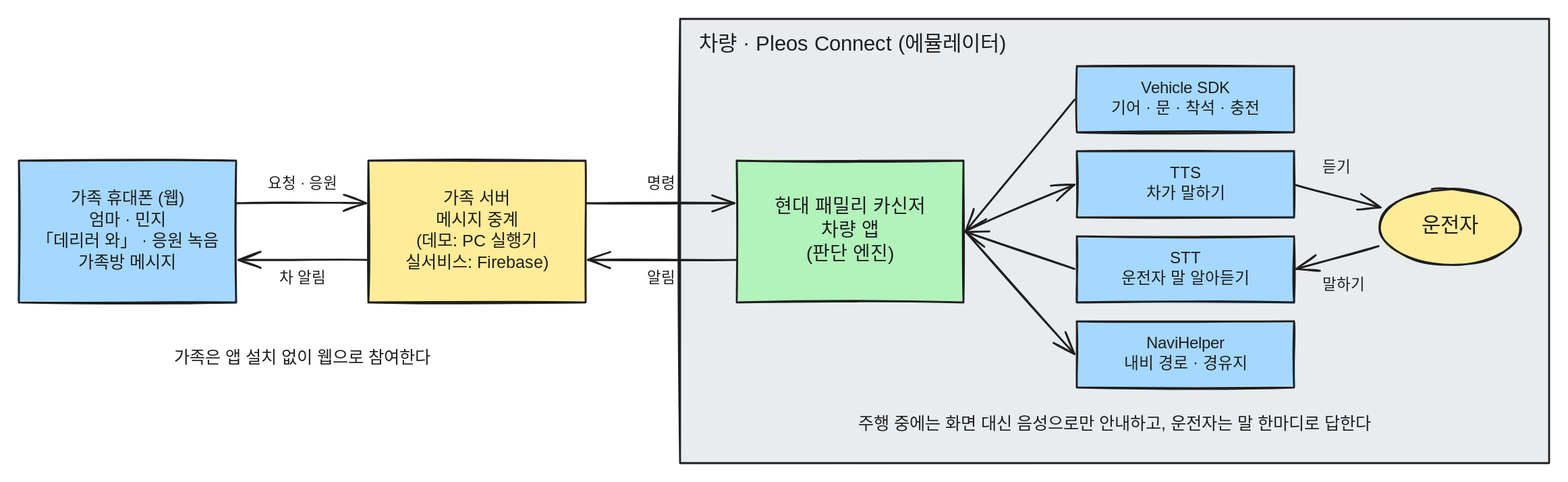
Earlier version of the Excalidraw export docs/diagrams/01_system.svg (amecoder/hyundai-family-carsenger). Source tidied: one line per element, renumbered; positions are measured from the earlier drawing's top-left corner, leaving out a move shared by most shapes.
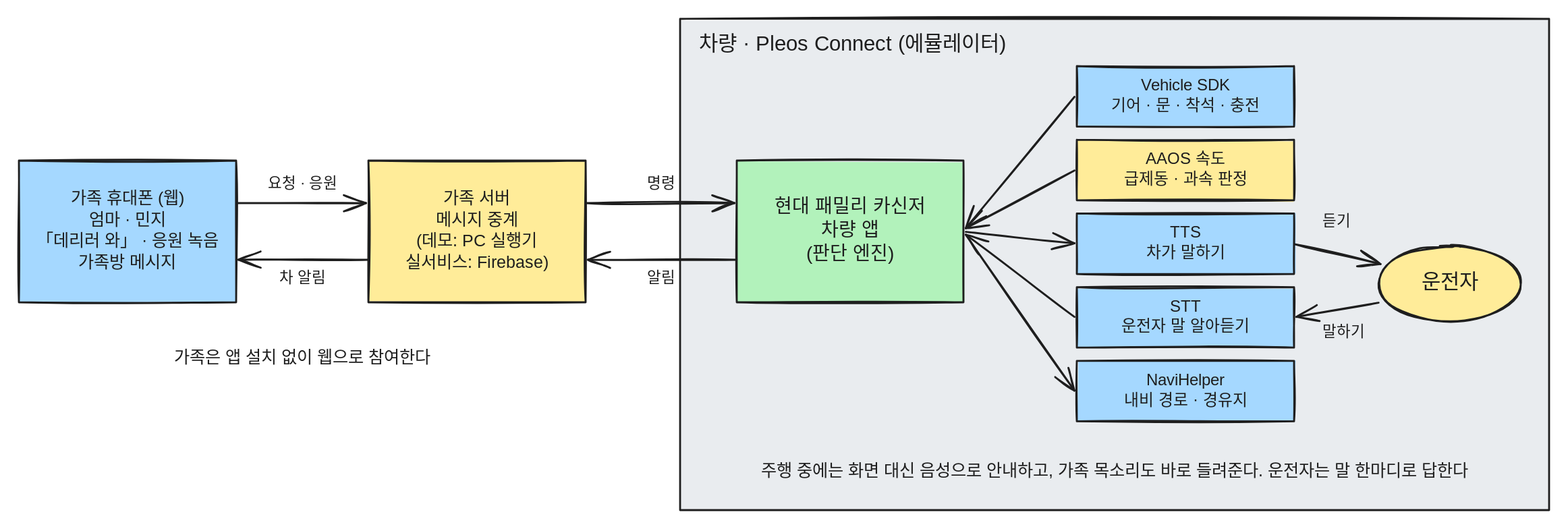
Above is the later version.

The edit, as a diff of the source:
```diff
@@ -1,42 +1,45 @@
-{"id": 0, "type": "rectangle", "strokeColor": "#1e1e1e", "backgroundColor": "#e9ecef", "fillStyle": "solid", "strokeWidth": 2, "roughness": 1, "x": 700, "y": 0, "width": 920, "height": 470}
+{"id": 0, "type": "rectangle", "strokeColor": "#1e1e1e", "backgroundColor": "#e9ecef", "fillStyle": "solid", "strokeWidth": 2, "roughness": 1, "x": 700, "y": 0, "width": 920, "height": 520}
 {"id": 1, "type": "text", "text": "차량 · Pleos Connect (에뮬레이터)", "strokeColor": "#1e1e1e", "strokeWidth": 2, "roughness": 1, "fontSize": 22, "fontFamily": 5, "x": 720, "y": 14, "width": 307, "height": 28}
 {"id": 2, "type": "rectangle", "strokeColor": "#1e1e1e", "backgroundColor": "#a5d8ff", "fillStyle": "solid", "strokeWidth": 2, "roughness": 1, "x": 0, "y": 150, "width": 230, "height": 150}
 {"id": 3, "type": "rectangle", "strokeColor": "#1e1e1e", "backgroundColor": "#ffec99", "fillStyle": "solid", "strokeWidth": 2, "roughness": 1, "x": 370, "y": 150, "width": 230, "height": 150}
-{"id": 4, "type": "arrow", "strokeColor": "#1e1e1e", "strokeWidth": 2, "roughness": 1, "endArrowhead": "arrow", "x": 230, "y": 195, "width": 137, "height": 0, "points": [[0, 0], [137, 0]]}
-{"id": 5, "type": "rectangle", "strokeColor": "transparent", "strokeWidth": 2, "roughness": 1, "x": 230, "y": 160, "width": 140, "height": 30}
-{"id": 6, "type": "arrow", "strokeColor": "#1e1e1e", "strokeWidth": 2, "roughness": 1, "endArrowhead": "arrow", "x": 370, "y": 255, "width": 137, "height": 0, "points": [[0, 0], [-137, 0]]}
-{"id": 7, "type": "rectangle", "strokeColor": "transparent", "strokeWidth": 2, "roughness": 1, "x": 230, "y": 260, "width": 140, "height": 30}
+{"id": 42, "type": "arrow", "strokeColor": "#1e1e1e", "strokeWidth": 2, "roughness": 1, "endArrowhead": "arrow", "x": 230, "y": 195, "width": 137, "height": 0, "points": [[0, 0], [137, 0]]}
+{"id": 43, "type": "rectangle", "strokeColor": "transparent", "strokeWidth": 2, "roughness": 1, "x": 230, "y": 160, "width": 140, "height": 30}
+{"id": 44, "type": "arrow", "strokeColor": "#1e1e1e", "strokeWidth": 2, "roughness": 1, "endArrowhead": "arrow", "x": 370, "y": 255, "width": 137, "height": 0, "points": [[0, 0], [-137, 0]]}
+{"id": 45, "type": "rectangle", "strokeColor": "transparent", "strokeWidth": 2, "roughness": 1, "x": 230, "y": 260, "width": 140, "height": 30}
 {"id": 8, "type": "rectangle", "strokeColor": "#1e1e1e", "backgroundColor": "#b2f2bb", "fillStyle": "solid", "strokeWidth": 2, "roughness": 1, "x": 760, "y": 150, "width": 240, "height": 150}
-{"id": 9, "type": "arrow", "strokeColor": "#1e1e1e", "strokeWidth": 2, "roughness": 1, "endArrowhead": "arrow", "x": 600, "y": 195, "width": 157, "height": 0, "points": [[0, 0], [157, 0]]}
-{"id": 10, "type": "rectangle", "strokeColor": "transparent", "strokeWidth": 2, "roughness": 1, "x": 600, "y": 160, "width": 160, "height": 30}
-{"id": 11, "type": "arrow", "strokeColor": "#1e1e1e", "strokeWidth": 2, "roughness": 1, "endArrowhead": "arrow", "x": 760, "y": 255, "width": 157, "height": 0, "points": [[0, 0], [-157, 0]]}
-{"id": 12, "type": "rectangle", "strokeColor": "transparent", "strokeWidth": 2, "roughness": 1, "x": 600, "y": 260, "width": 160, "height": 30}
+{"id": 46, "type": "arrow", "strokeColor": "#1e1e1e", "strokeWidth": 2, "roughness": 1, "endArrowhead": "arrow", "x": 600, "y": 195, "width": 157, "height": 0, "points": [[0, 0], [157, 0]]}
+{"id": 47, "type": "rectangle", "strokeColor": "transparent", "strokeWidth": 2, "roughness": 1, "x": 600, "y": 160, "width": 160, "height": 30}
+{"id": 48, "type": "arrow", "strokeColor": "#1e1e1e", "strokeWidth": 2, "roughness": 1, "endArrowhead": "arrow", "x": 760, "y": 255, "width": 157, "height": 0, "points": [[0, 0], [-157, 0]]}
+{"id": 49, "type": "rectangle", "strokeColor": "transparent", "strokeWidth": 2, "roughness": 1, "x": 600, "y": 260, "width": 160, "height": 30}
-{"id": 13, "type": "rectangle", "strokeColor": "#1e1e1e", "backgroundColor": "#a5d8ff", "fillStyle": "solid", "strokeWidth": 2, "roughness": 1, "x": 1120, "y": 50, "width": 230, "height": 70}
+{"id": 13, "type": "rectangle", "strokeColor": "#1e1e1e", "backgroundColor": "#a5d8ff", "fillStyle": "solid", "strokeWidth": 2, "roughness": 1, "x": 1120, "y": 50, "width": 230, "height": 64}
+{"id": 50, "type": "rectangle", "strokeColor": "#1e1e1e", "backgroundColor": "#ffec99", "fillStyle": "solid", "strokeWidth": 2, "roughness": 1, "x": 1120, "y": 128, "width": 230, "height": 64}
-{"id": 14, "type": "rectangle", "strokeColor": "#1e1e1e", "backgroundColor": "#a5d8ff", "fillStyle": "solid", "strokeWidth": 2, "roughness": 1, "x": 1120, "y": 140, "width": 230, "height": 70}
+{"id": 14, "type": "rectangle", "strokeColor": "#1e1e1e", "backgroundColor": "#a5d8ff", "fillStyle": "solid", "strokeWidth": 2, "roughness": 1, "x": 1120, "y": 206, "width": 230, "height": 64}
-{"id": 15, "type": "rectangle", "strokeColor": "#1e1e1e", "backgroundColor": "#a5d8ff", "fillStyle": "solid", "strokeWidth": 2, "roughness": 1, "x": 1120, "y": 230, "width": 230, "height": 70}
+{"id": 15, "type": "rectangle", "strokeColor": "#1e1e1e", "backgroundColor": "#a5d8ff", "fillStyle": "solid", "strokeWidth": 2, "roughness": 1, "x": 1120, "y": 284, "width": 230, "height": 64}
-{"id": 16, "type": "rectangle", "strokeColor": "#1e1e1e", "backgroundColor": "#a5d8ff", "fillStyle": "solid", "strokeWidth": 2, "roughness": 1, "x": 1120, "y": 320, "width": 230, "height": 70}
+{"id": 16, "type": "rectangle", "strokeColor": "#1e1e1e", "backgroundColor": "#a5d8ff", "fillStyle": "solid", "strokeWidth": 2, "roughness": 1, "x": 1120, "y": 362, "width": 230, "height": 64}
-{"id": 17, "type": "arrow", "strokeColor": "#1e1e1e", "strokeWidth": 2, "roughness": 1, "endArrowhead": "arrow", "x": 1118, "y": 86, "width": 115, "height": 139, "points": [[0, 0], [-115, 139]]}
-{"id": 18, "type": "arrow", "strokeColor": "#1e1e1e", "strokeWidth": 2, "roughness": 1, "endArrowhead": "arrow", "x": 1002, "y": 224, "width": 115, "height": 49, "points": [[0, 0], [115, -49]]}
-{"id": 19, "type": "arrow", "strokeColor": "#1e1e1e", "strokeWidth": 2, "roughness": 1, "endArrowhead": "arrow", "x": 1118, "y": 264, "width": 115, "height": 39, "points": [[0, 0], [-115, -39]]}
-{"id": 20, "type": "arrow", "strokeColor": "#1e1e1e", "strokeWidth": 2, "roughness": 1, "endArrowhead": "arrow", "x": 1002, "y": 226, "width": 115, "height": 129, "points": [[0, 0], [115, 129]]}
+{"id": 51, "type": "arrow", "strokeColor": "#1e1e1e", "strokeWidth": 2, "roughness": 1, "endArrowhead": "arrow", "x": 1118, "y": 82, "width": 115, "height": 139, "points": [[0, 0], [-115, 139]]}
+{"id": 52, "type": "arrow", "strokeColor": "#1e1e1e", "strokeWidth": 2, "roughness": 1, "endArrowhead": "arrow", "x": 1118, "y": 160, "width": 115, "height": 61, "points": [[0, 0], [-115, 61]]}
+{"id": 53, "type": "arrow", "strokeColor": "#1e1e1e", "strokeWidth": 2, "roughness": 1, "endArrowhead": "arrow", "x": 1002, "y": 226, "width": 115, "height": 12, "points": [[0, 0], [115, 12]]}
+{"id": 54, "type": "arrow", "strokeColor": "#1e1e1e", "strokeWidth": 2, "roughness": 1, "endArrowhead": "arrow", "x": 1118, "y": 316, "width": 115, "height": 87, "points": [[0, 0], [-115, -87]]}
+{"id": 55, "type": "arrow", "strokeColor": "#1e1e1e", "strokeWidth": 2, "roughness": 1, "endArrowhead": "arrow", "x": 1002, "y": 228, "width": 115, "height": 165, "points": [[0, 0], [115, 165]]}
-{"id": 21, "type": "ellipse", "strokeColor": "#1e1e1e", "backgroundColor": "#ffec99", "fillStyle": "solid", "strokeWidth": 2, "roughness": 1, "x": 1440, "y": 180, "width": 150, "height": 80}
+{"id": 21, "type": "ellipse", "strokeColor": "#1e1e1e", "backgroundColor": "#ffec99", "fillStyle": "solid", "strokeWidth": 2, "roughness": 1, "x": 1440, "y": 240, "width": 150, "height": 80}
-{"id": 22, "type": "arrow", "strokeColor": "#1e1e1e", "strokeWidth": 2, "roughness": 1, "endArrowhead": "arrow", "x": 1350, "y": 176, "width": 91, "height": 24, "points": [[0, 0], [91, 24]]}
-{"id": 23, "type": "arrow", "strokeColor": "#1e1e1e", "strokeWidth": 2, "roughness": 1, "endArrowhead": "arrow", "x": 1440, "y": 240, "width": 87, "height": 24, "points": [[0, 0], [-87, 24]]}
+{"id": 56, "type": "arrow", "strokeColor": "#1e1e1e", "strokeWidth": 2, "roughness": 1, "endArrowhead": "arrow", "x": 1350, "y": 238, "width": 91, "height": 21, "points": [[0, 0], [91, 21]]}
+{"id": 57, "type": "arrow", "strokeColor": "#1e1e1e", "strokeWidth": 2, "roughness": 1, "endArrowhead": "arrow", "x": 1440, "y": 300, "width": 87, "height": 15, "points": [[0, 0], [-87, 15]]}
-{"id": 24, "type": "text", "text": "듣기", "strokeColor": "#1e1e1e", "strokeWidth": 2, "roughness": 1, "fontSize": 16, "fontFamily": 5, "x": 1380, "y": 148, "width": 29, "height": 20}
+{"id": 24, "type": "text", "text": "듣기", "strokeColor": "#1e1e1e", "strokeWidth": 2, "roughness": 1, "fontSize": 16, "fontFamily": 5, "x": 1380, "y": 205, "width": 29, "height": 20}
-{"id": 25, "type": "text", "text": "말하기", "strokeColor": "#1e1e1e", "strokeWidth": 2, "roughness": 1, "fontSize": 16, "fontFamily": 5, "x": 1380, "y": 272, "width": 44, "height": 20}
+{"id": 25, "type": "text", "text": "말하기", "strokeColor": "#1e1e1e", "strokeWidth": 2, "roughness": 1, "fontSize": 16, "fontFamily": 5, "x": 1380, "y": 322, "width": 44, "height": 20}
-{"id": 26, "type": "rectangle", "strokeColor": "transparent", "strokeWidth": 2, "roughness": 1, "x": 700, "y": 400, "width": 920, "height": 60}
-{"id": 27, "type": "rectangle", "strokeColor": "transparent", "strokeWidth": 2, "roughness": 1, "x": 0, "y": 330, "width": 600, "height": 60}
+{"id": 58, "type": "rectangle", "strokeColor": "transparent", "strokeWidth": 2, "roughness": 1, "x": 700, "y": 450, "width": 920, "height": 60}
+{"id": 59, "type": "rectangle", "strokeColor": "transparent", "strokeWidth": 2, "roughness": 1, "x": 0, "y": 330, "width": 600, "height": 60}
 {"id": 28, "type": "text", "text": "가족 휴대폰 (웹)\n엄마 · 민지\n「데리러 와」 · 응원 녹음\n가족방 메시지", "strokeColor": "#1e1e1e", "strokeWidth": 2, "roughness": 1, "fontSize": 18, "fontFamily": 5, "textAlign": "center", "verticalAlign": "middle", "inside": 2, "x": 19, "y": 180, "width": 192, "height": 90}
 {"id": 29, "type": "text", "text": "가족 서버\n메시지 중계\n(데모: PC 실행기\n실서비스: Firebase)", "strokeColor": "#1e1e1e", "strokeWidth": 2, "roughness": 1, "fontSize": 18, "fontFamily": 5, "textAlign": "center", "verticalAlign": "middle", "inside": 3, "x": 414, "y": 180, "width": 143, "height": 90}
-{"id": 30, "type": "text", "text": "요청 · 응원", "strokeColor": "#1e1e1e", "strokeWidth": 2, "roughness": 1, "fontSize": 16, "fontFamily": 5, "textAlign": "center", "verticalAlign": "middle", "inside": 5, "x": 264, "y": 165, "width": 72, "height": 20}
+{"id": 30, "type": "text", "text": "요청 · 응원", "strokeColor": "#1e1e1e", "strokeWidth": 2, "roughness": 1, "fontSize": 16, "fontFamily": 5, "textAlign": "center", "verticalAlign": "middle", "inside": 43, "x": 264, "y": 165, "width": 72, "height": 20}
-{"id": 31, "type": "text", "text": "차 알림", "strokeColor": "#1e1e1e", "strokeWidth": 2, "roughness": 1, "fontSize": 16, "fontFamily": 5, "textAlign": "center", "verticalAlign": "middle", "inside": 7, "x": 276, "y": 265, "width": 48, "height": 20}
+{"id": 31, "type": "text", "text": "차 알림", "strokeColor": "#1e1e1e", "strokeWidth": 2, "roughness": 1, "fontSize": 16, "fontFamily": 5, "textAlign": "center", "verticalAlign": "middle", "inside": 45, "x": 276, "y": 265, "width": 48, "height": 20}
 {"id": 32, "type": "text", "text": "현대 패밀리 카신저\n차량 앱\n(판단 엔진)", "strokeColor": "#1e1e1e", "strokeWidth": 2, "roughness": 1, "fontSize": 20, "fontFamily": 5, "textAlign": "center", "verticalAlign": "middle", "inside": 8, "x": 801, "y": 188, "width": 157, "height": 75}
-{"id": 33, "type": "text", "text": "명령", "strokeColor": "#1e1e1e", "strokeWidth": 2, "roughness": 1, "fontSize": 16, "fontFamily": 5, "textAlign": "center", "verticalAlign": "middle", "inside": 10, "x": 665, "y": 165, "width": 29, "height": 20}
+{"id": 33, "type": "text", "text": "명령", "strokeColor": "#1e1e1e", "strokeWidth": 2, "roughness": 1, "fontSize": 16, "fontFamily": 5, "textAlign": "center", "verticalAlign": "middle", "inside": 47, "x": 665, "y": 165, "width": 29, "height": 20}
-{"id": 34, "type": "text", "text": "알림", "strokeColor": "#1e1e1e", "strokeWidth": 2, "roughness": 1, "fontSize": 16, "fontFamily": 5, "textAlign": "center", "verticalAlign": "middle", "inside": 12, "x": 665, "y": 265, "width": 29, "height": 20}
+{"id": 34, "type": "text", "text": "알림", "strokeColor": "#1e1e1e", "strokeWidth": 2, "roughness": 1, "fontSize": 16, "fontFamily": 5, "textAlign": "center", "verticalAlign": "middle", "inside": 49, "x": 665, "y": 265, "width": 29, "height": 20}
-{"id": 35, "type": "text", "text": "Vehicle SDK\n기어 · 문 · 착석 · 충전", "strokeColor": "#1e1e1e", "strokeWidth": 2, "roughness": 1, "fontSize": 17, "fontFamily": 5, "textAlign": "center", "verticalAlign": "middle", "inside": 13, "x": 1159, "y": 64, "width": 152, "height": 42}
+{"id": 35, "type": "text", "text": "Vehicle SDK\n기어 · 문 · 착석 · 충전", "strokeColor": "#1e1e1e", "strokeWidth": 2, "roughness": 1, "fontSize": 17, "fontFamily": 5, "textAlign": "center", "verticalAlign": "middle", "inside": 13, "x": 1159, "y": 61, "width": 152, "height": 42}
+{"id": 60, "type": "text", "text": "AAOS 속도\n급제동 · 과속 판정", "strokeColor": "#1e1e1e", "strokeWidth": 2, "roughness": 1, "fontSize": 17, "fontFamily": 5, "textAlign": "center", "verticalAlign": "middle", "inside": 50, "x": 1171, "y": 139, "width": 128, "height": 42}
-{"id": 36, "type": "text", "text": "TTS\n차가 말하기", "strokeColor": "#1e1e1e", "strokeWidth": 2, "roughness": 1, "fontSize": 17, "fontFamily": 5, "textAlign": "center", "verticalAlign": "middle", "inside": 14, "x": 1194, "y": 154, "width": 82, "height": 42}
+{"id": 36, "type": "text", "text": "TTS\n차가 말하기", "strokeColor": "#1e1e1e", "strokeWidth": 2, "roughness": 1, "fontSize": 17, "fontFamily": 5, "textAlign": "center", "verticalAlign": "middle", "inside": 14, "x": 1194, "y": 217, "width": 82, "height": 42}
-{"id": 37, "type": "text", "text": "STT\n운전자 말 알아듣기", "strokeColor": "#1e1e1e", "strokeWidth": 2, "roughness": 1, "fontSize": 17, "fontFamily": 5, "textAlign": "center", "verticalAlign": "middle", "inside": 15, "x": 1168, "y": 244, "width": 134, "height": 42}
+{"id": 37, "type": "text", "text": "STT\n운전자 말 알아듣기", "strokeColor": "#1e1e1e", "strokeWidth": 2, "roughness": 1, "fontSize": 17, "fontFamily": 5, "textAlign": "center", "verticalAlign": "middle", "inside": 15, "x": 1168, "y": 295, "width": 134, "height": 42}
-{"id": 38, "type": "text", "text": "NaviHelper\n내비 경로 · 경유지", "strokeColor": "#1e1e1e", "strokeWidth": 2, "roughness": 1, "fontSize": 17, "fontFamily": 5, "textAlign": "center", "verticalAlign": "middle", "inside": 16, "x": 1171, "y": 334, "width": 128, "height": 42}
+{"id": 38, "type": "text", "text": "NaviHelper\n내비 경로 · 경유지", "strokeColor": "#1e1e1e", "strokeWidth": 2, "roughness": 1, "fontSize": 17, "fontFamily": 5, "textAlign": "center", "verticalAlign": "middle", "inside": 16, "x": 1171, "y": 373, "width": 128, "height": 42}
-{"id": 39, "type": "text", "text": "운전자", "strokeColor": "#1e1e1e", "strokeWidth": 2, "roughness": 1, "fontSize": 22, "fontFamily": 5, "textAlign": "center", "verticalAlign": "middle", "inside": 21, "x": 1485, "y": 206, "width": 61, "height": 28}
+{"id": 39, "type": "text", "text": "운전자", "strokeColor": "#1e1e1e", "strokeWidth": 2, "roughness": 1, "fontSize": 22, "fontFamily": 5, "textAlign": "center", "verticalAlign": "middle", "inside": 21, "x": 1485, "y": 266, "width": 61, "height": 28}
-{"id": 40, "type": "text", "text": "주행 중에는 화면 대신 음성으로만 안내하고, 운전자는 말 한마디로 답한다", "strokeColor": "#1e1e1e", "strokeWidth": 2, "roughness": 1, "fontSize": 18, "fontFamily": 5, "textAlign": "center", "verticalAlign": "middle", "inside": 26, "x": 889, "y": 419, "width": 542, "height": 22}
+{"id": 61, "type": "text", "text": "주행 중에는 화면 대신 음성으로 안내하고, 가족 목소리도 바로 들려준다. 운전자는 말 한마디로 답한다", "strokeColor": "#1e1e1e", "strokeWidth": 2, "roughness": 1, "fontSize": 18, "fontFamily": 5, "textAlign": "center", "verticalAlign": "middle", "inside": 58, "x": 787, "y": 469, "width": 746, "height": 22}
-{"id": 41, "type": "text", "text": "가족은 앱 설치 없이 웹으로 참여한다", "strokeColor": "#1e1e1e", "strokeWidth": 2, "roughness": 1, "fontSize": 18, "fontFamily": 5, "textAlign": "center", "verticalAlign": "middle", "inside": 27, "x": 165, "y": 349, "width": 271, "height": 22}
+{"id": 41, "type": "text", "text": "가족은 앱 설치 없이 웹으로 참여한다", "strokeColor": "#1e1e1e", "strokeWidth": 2, "roughness": 1, "fontSize": 18, "fontFamily": 5, "textAlign": "center", "verticalAlign": "middle", "inside": 59, "x": 165, "y": 349, "width": 271, "height": 22}
```
